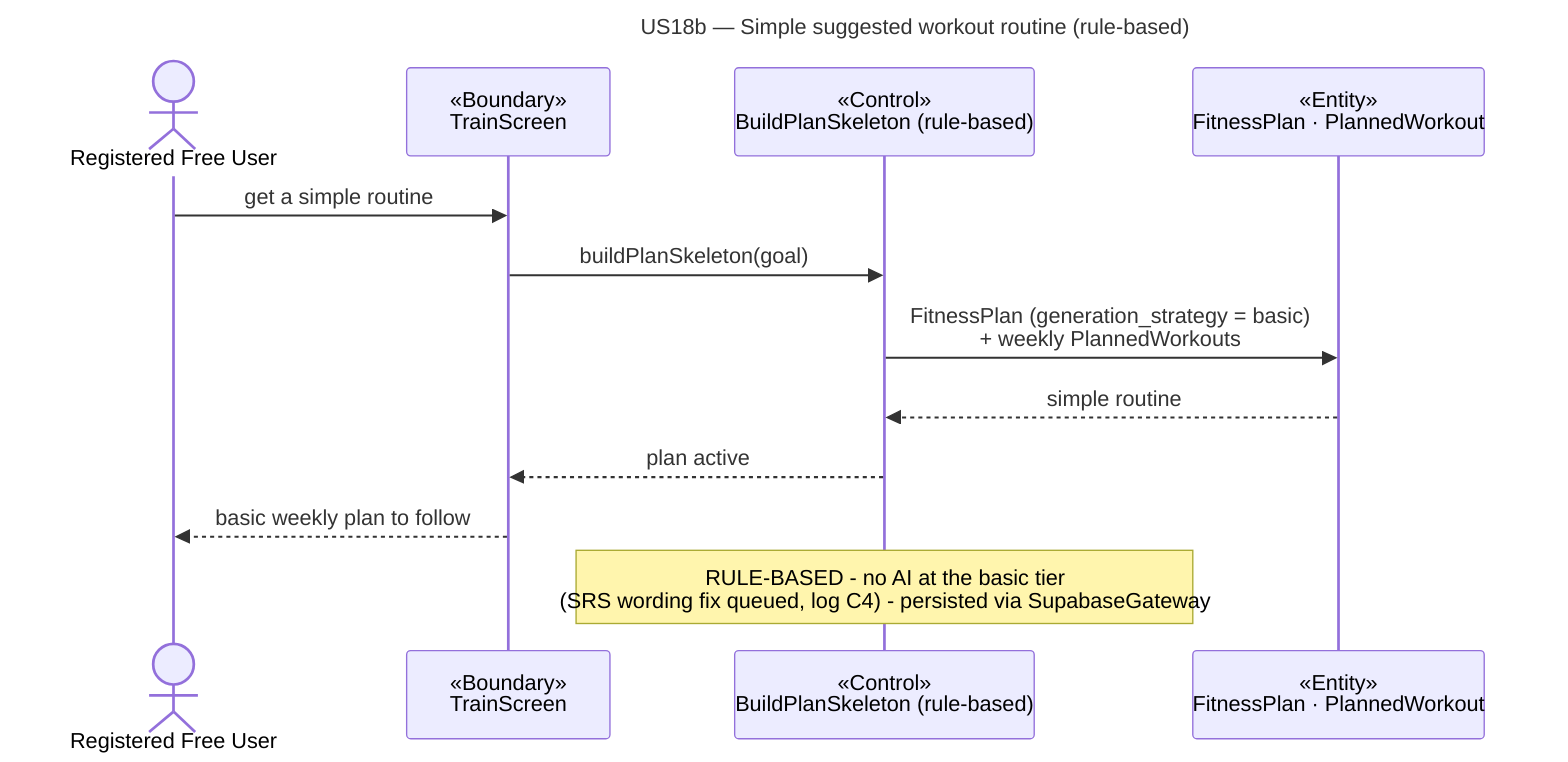
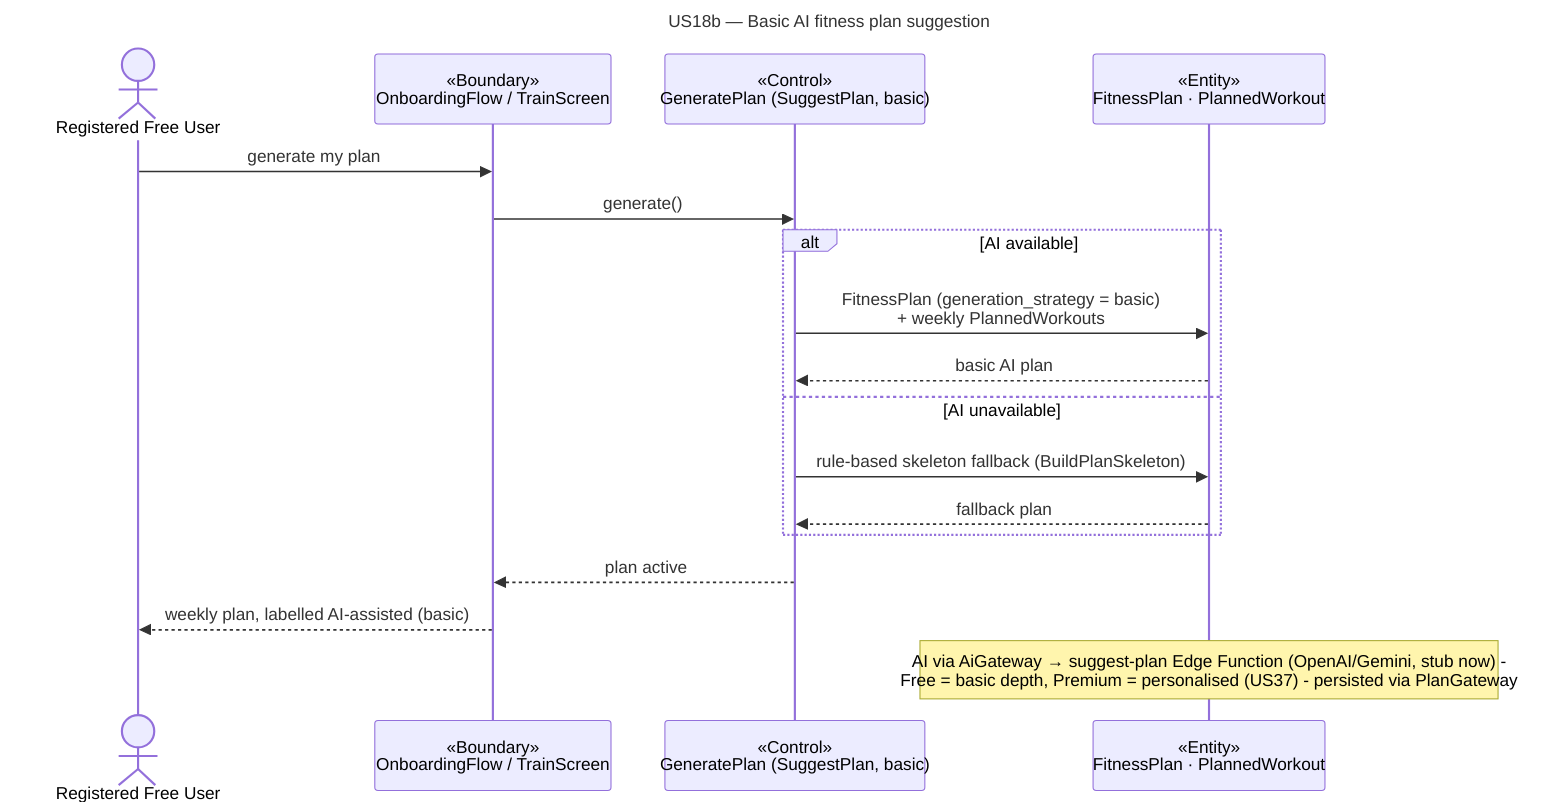
---
- title: "US18b — Simple suggested workout routine (rule-based)"
+ title: "US18b — Basic AI fitness plan suggestion"
---
sequenceDiagram
  actor A as Registered Free User
-   participant B as «Boundary»<br/>TrainScreen
-   participant C as «Control»<br/>BuildPlanSkeleton (rule-based)
+   participant B as «Boundary»<br/>OnboardingFlow / TrainScreen
+   participant C as «Control»<br/>GeneratePlan (SuggestPlan, basic)
  participant E as «Entity»<br/>FitnessPlan · PlannedWorkout
-   A->>B: get a simple routine
-   B->>C: buildPlanSkeleton(goal)
-   C->>E: FitnessPlan (generation_strategy = basic)<br/>+ weekly PlannedWorkouts
-   E-->>C: simple routine
+   A->>B: generate my plan
+   B->>C: generate()
+   alt AI available
+     C->>E: FitnessPlan (generation_strategy = basic)<br/>+ weekly PlannedWorkouts
+     E-->>C: basic AI plan
+   else AI unavailable
+     C->>E: rule-based skeleton fallback (BuildPlanSkeleton)
+     E-->>C: fallback plan
+   end
  C-->>B: plan active
-   B-->>A: basic weekly plan to follow
-   note over C: RULE-BASED - no AI at the basic tier<br/>(SRS wording fix queued, log C4) - persisted via SupabaseGateway
+   B-->>A: weekly plan, labelled AI-assisted (basic)
+   note over E: AI via AiGateway → suggest-plan Edge Function (OpenAI/Gemini, stub now) -<br/>Free = basic depth, Premium = personalised (US37) - persisted via PlanGateway
